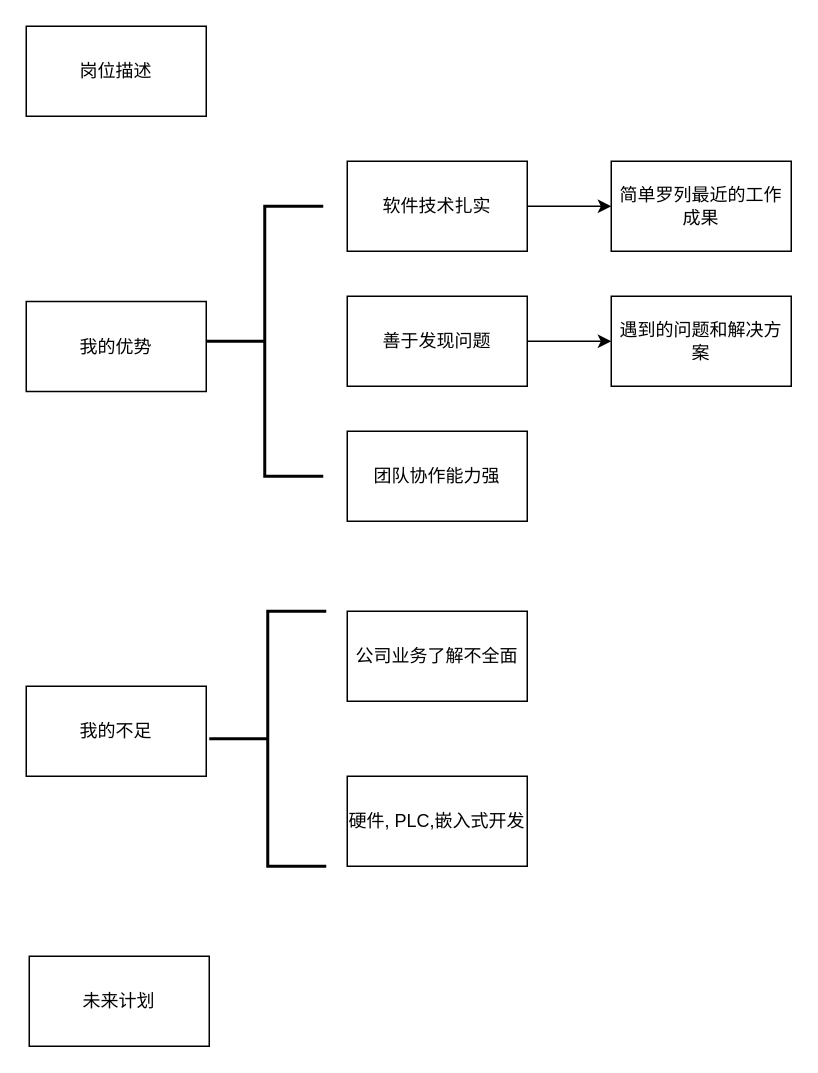
Vec9527/draw_io_file keeps this draw.io diagram as 转正述职.drawio. Above is the earlier version. Source tidied: cells renumbered, new cells numbered last; positions are measured from the earlier drawing's top-left corner, leaving out a move shared by most shapes. Both pictures are drawn from the tidied source at 150%, with x=0, y=0 at pixel (26, 26).
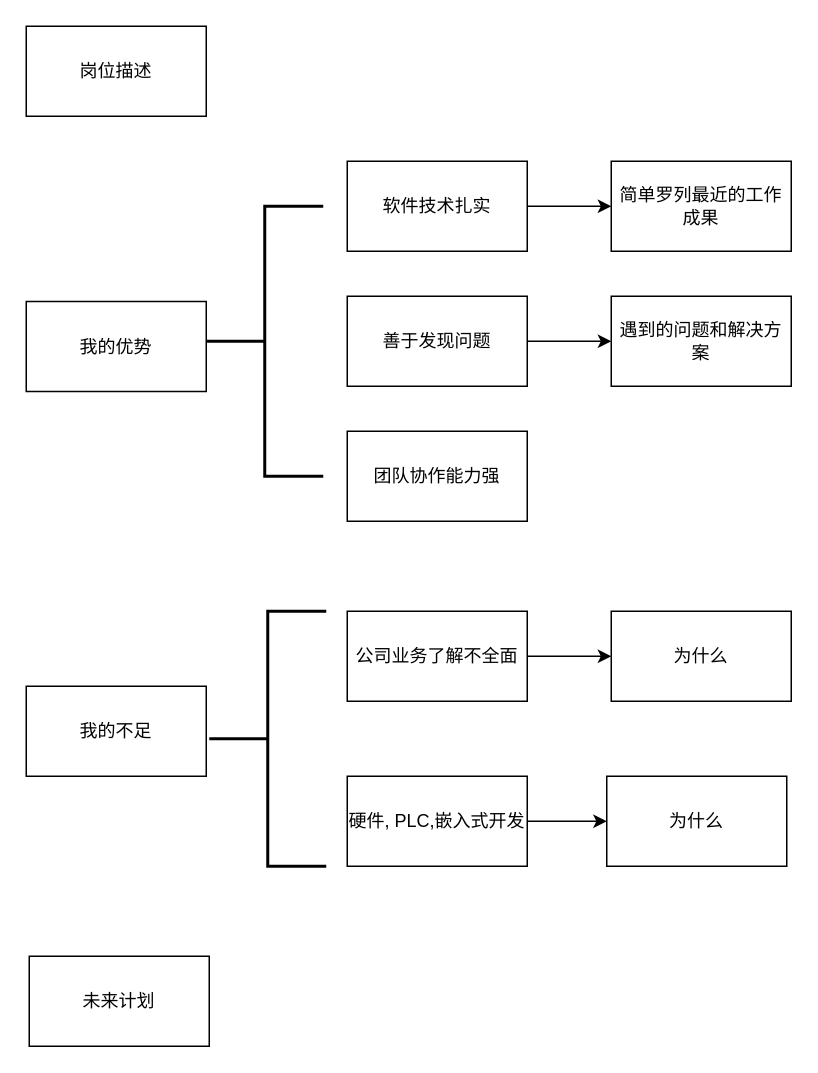
The same page after the edit.

Commit message (it also covers changes not shown here):
更新转正述职.drawio

The change refers to these unchanged cells:
```xml
<mxCell id="12" value="公司业务了解不全面" style="whiteSpace=wrap;html=1;rounded=0;" parent="1" vertex="1">
  <mxGeometry x="214" y="390" width="120" height="60" as="geometry" />
</mxCell>
<mxCell id="13" value="硬件, PLC,嵌入式开发" style="whiteSpace=wrap;html=1;rounded=0;" parent="1" vertex="1">
  <mxGeometry x="214" y="500" width="120" height="60" as="geometry" />
</mxCell>
```

What changed in the source:
```diff
@@
+    <mxCell id="17" style="edgeStyle=orthogonalEdgeStyle;rounded=0;jettySize=auto;html=1;exitX=1;exitY=0.5;exitDx=0;exitDy=0;entryX=0;entryY=0.5;entryDx=0;entryDy=0;" parent="1" edge="1" source="12" target="19">
+      <mxGeometry relative="1" as="geometry" />
+    </mxCell>
@@
+    <mxCell id="18" style="edgeStyle=orthogonalEdgeStyle;rounded=0;jettySize=auto;html=1;entryX=0;entryY=0.5;entryDx=0;entryDy=0;" parent="1" edge="1" source="13" target="20">
+      <mxGeometry relative="1" as="geometry" />
+    </mxCell>
@@
+    <mxCell id="19" value="为什么" style="whiteSpace=wrap;html=1;" parent="1" vertex="1">
+      <mxGeometry x="390" y="390" width="120" height="60" as="geometry" />
+    </mxCell>
+    <mxCell id="20" value="为什么" style="whiteSpace=wrap;html=1;" parent="1" vertex="1">
+      <mxGeometry x="387" y="500" width="120" height="60" as="geometry" />
+    </mxCell>
```
